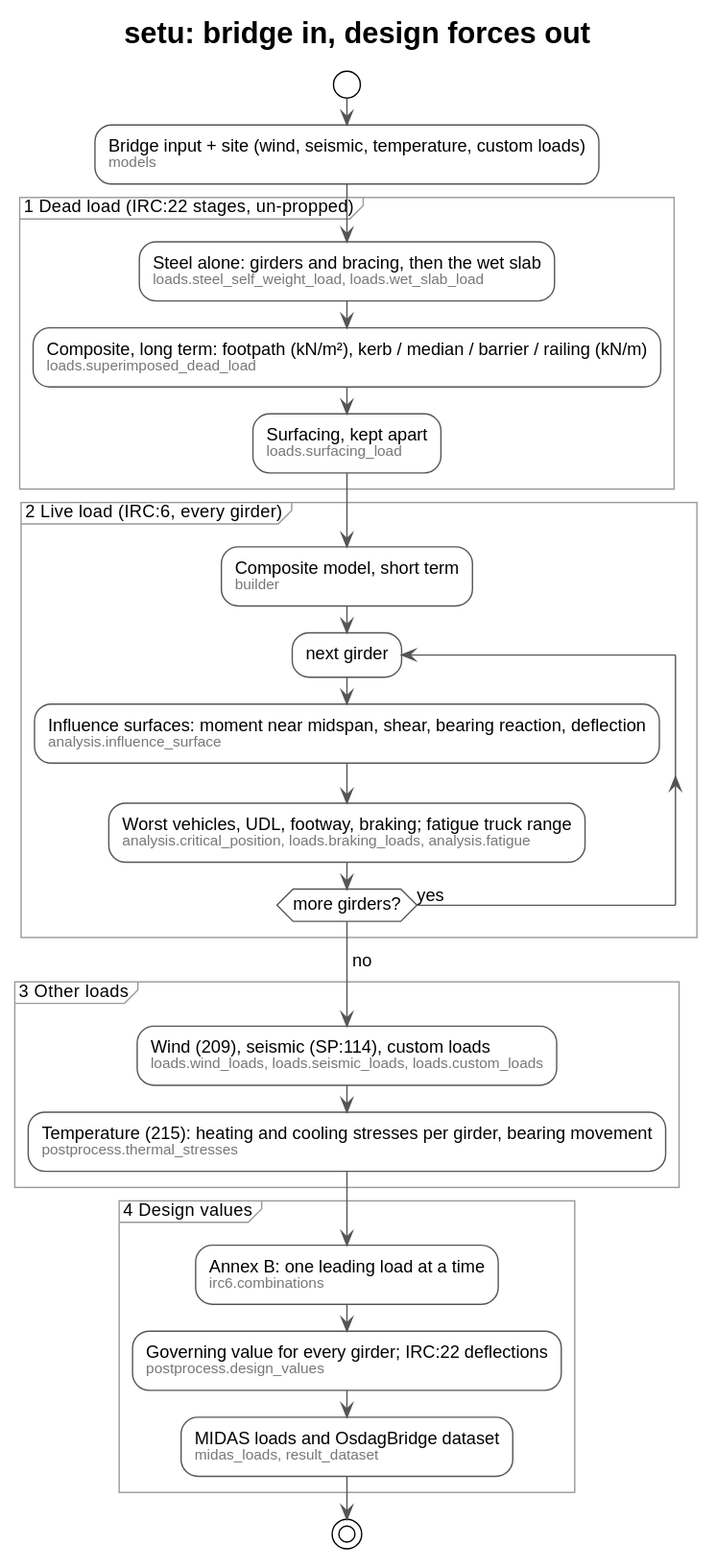
Before: docs/flow.svg, a diagram exported from PlantUML (nishikantmandal007/setu).
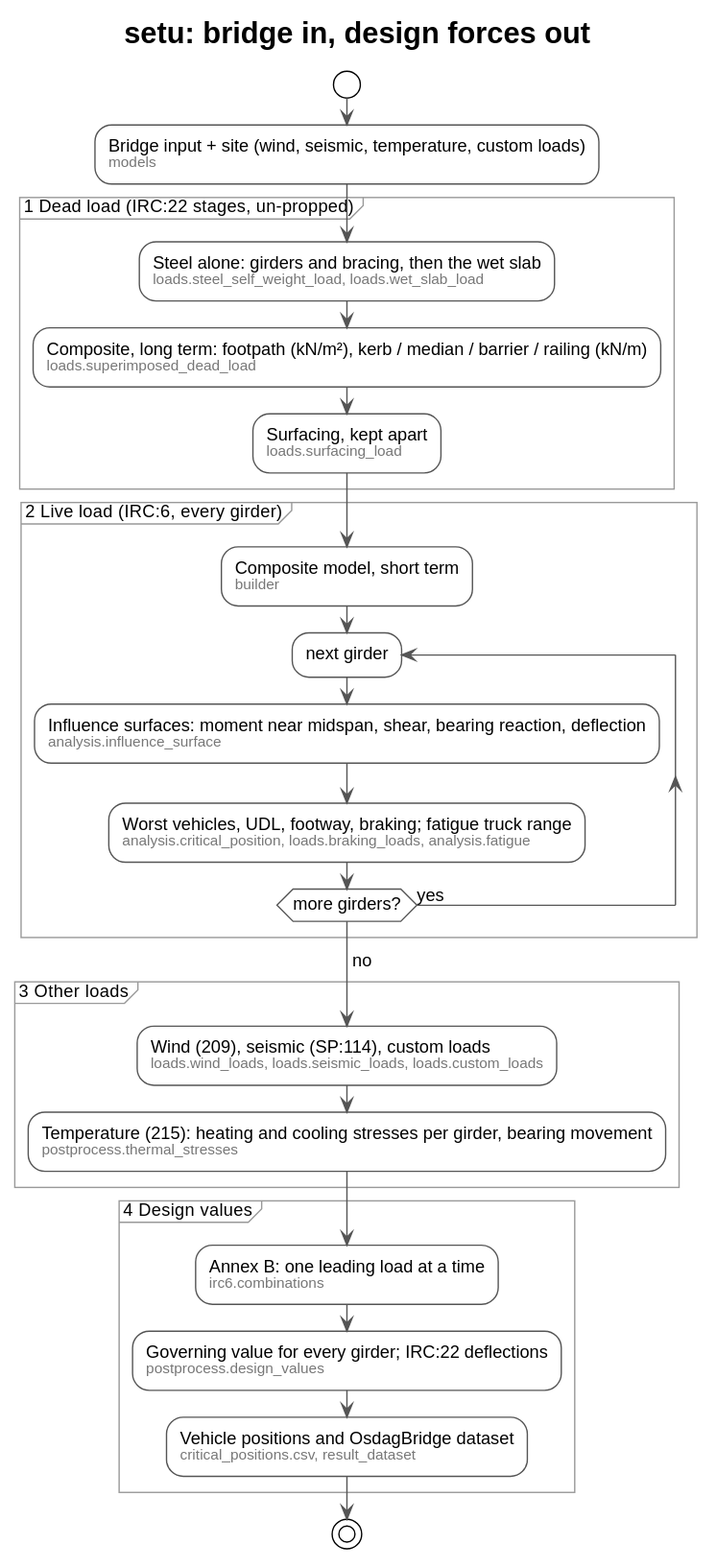
After the change.

Diff of the diagram source:
```diff
@@ -45,8 +45,8 @@
   <size:11><color:#777>irc6.combinations</color></size>;
   :Governing value for every girder; IRC:22 deflections
   <size:11><color:#777>postprocess.design_values</color></size>;
-  :MIDAS loads and OsdagBridge dataset
-  <size:11><color:#777>midas_loads, result_dataset</color></size>;
+  :Vehicle positions and OsdagBridge dataset
+  <size:11><color:#777>critical_positions.csv, result_dataset</color></size>;
 }
 stop
 @enduml
```
